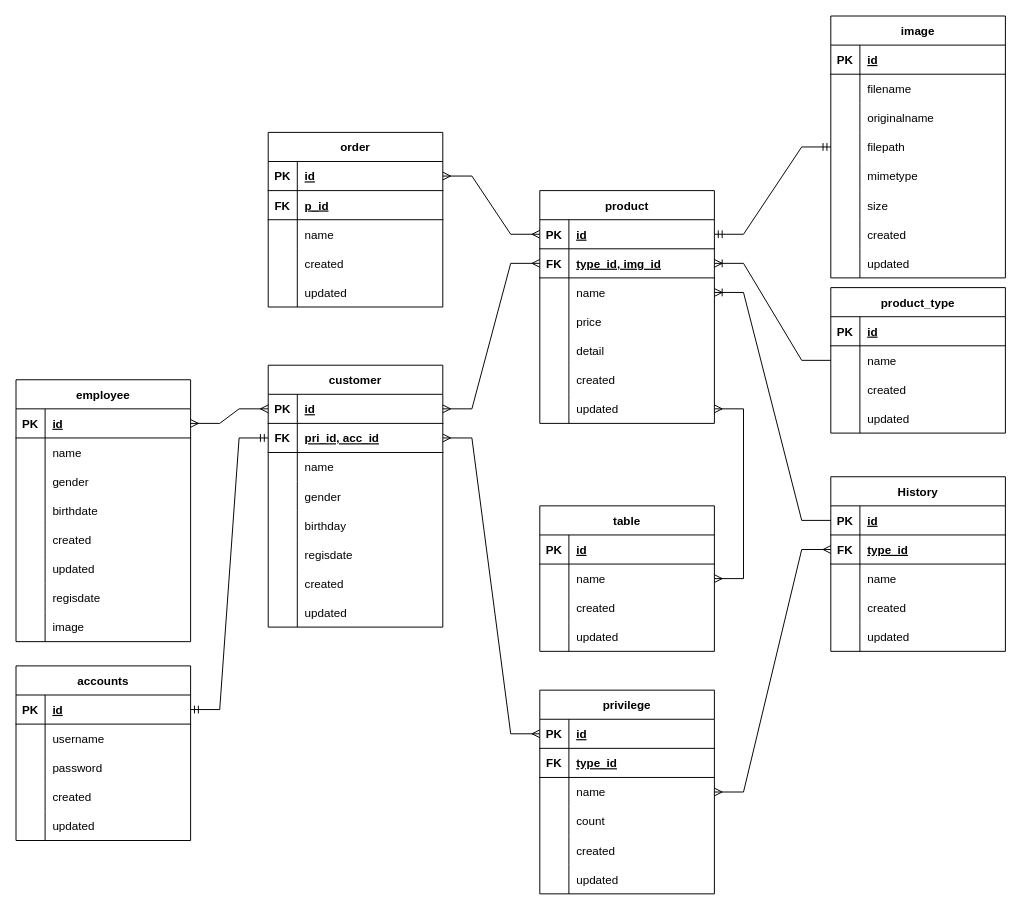
The draw.io diagram src/Database-design.drawio in bomtawep/bom-order-nodejs, before the edit. Source tidied: cells renumbered, new cells numbered last; positions are measured from the earlier drawing's top-left corner, leaving out a move shared by most shapes. Both pictures are drawn from the tidied source at 97%, with x=0, y=0 at pixel (16, 16).
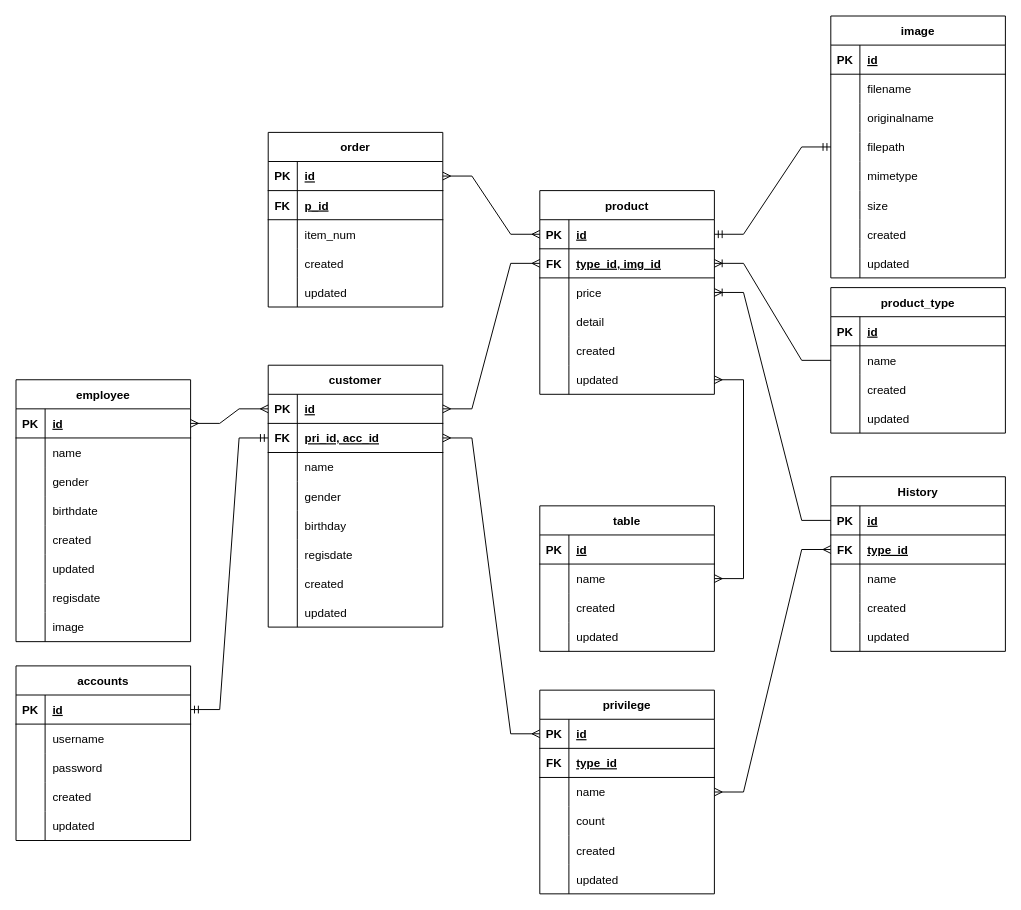
After the change.

The change refers to these unchanged cells:
```xml
<mxCell id="66" style="shape=tableRow;horizontal=0;startSize=0;swimlaneHead=0;swimlaneBody=0;fillColor=none;points=[[0,0.5],[1,0.5]];portConstraint=eastwest;top=0;left=0;right=0;bottom=1;" parent="65" vertex="1">
  <mxGeometry y="30" width="180" height="30" as="geometry" />
</mxCell>
<mxCell id="147" style="shape=tableRow;horizontal=0;startSize=0;swimlaneHead=0;swimlaneBody=0;fillColor=none;top=0;left=0;right=0;bottom=0;" parent="140" vertex="1">
  <mxGeometry y="90" width="180" height="30" as="geometry" />
</mxCell>
```

Diff of the diagram source:
```diff
@@
     <mxCell id="94" value="product" style="shape=table;startSize=30;childLayout=tableLayout;rowLines=0;fontStyle=1;align=center;" parent="1" vertex="1">
-      <mxGeometry x="540" y="180" width="180" height="240" as="geometry" />
+      <mxGeometry x="540" y="180" width="180" height="210" as="geometry" />
     </mxCell>
@@
-    <mxCell id="101" style="shape=tableRow;horizontal=0;startSize=0;swimlaneHead=0;swimlaneBody=0;fillColor=none;points=[[0,0.5],[1,0.5]];portConstraint=eastwest;top=0;left=0;right=0;bottom=0;" parent="94" vertex="1">
-      <mxGeometry y="90" width="180" height="30" as="geometry" />
-    </mxCell>
-    <mxCell id="102" style="shape=partialRectangle;fillColor=none;top=0;left=0;bottom=0;right=0;overflow=hidden;" parent="101" vertex="1">
-      <mxGeometry width="30" height="30" as="geometry" />
-    </mxCell>
-    <mxCell id="103" value="name" style="shape=partialRectangle;fillColor=none;top=0;left=0;bottom=0;right=0;align=left;spacingLeft=6;overflow=hidden;" parent="101" vertex="1">
-      <mxGeometry x="30" width="150" height="30" as="geometry" />
-    </mxCell>
     <mxCell id="104" style="shape=tableRow;horizontal=0;startSize=0;swimlaneHead=0;swimlaneBody=0;fillColor=none;points=[[0,0.5],[1,0.5]];portConstraint=eastwest;top=0;left=0;right=0;bottom=0;" parent="94" vertex="1">
-      <mxGeometry y="120" width="180" height="30" as="geometry" />
+      <mxGeometry y="90" width="180" height="30" as="geometry" />
     </mxCell>
@@
     <mxCell id="107" style="shape=tableRow;horizontal=0;startSize=0;swimlaneHead=0;swimlaneBody=0;fillColor=none;top=0;left=0;right=0;bottom=0;" parent="94" vertex="1">
-      <mxGeometry y="150" width="180" height="30" as="geometry" />
+      <mxGeometry y="120" width="180" height="30" as="geometry" />
     </mxCell>
@@
     <mxCell id="110" style="shape=tableRow;horizontal=0;startSize=0;swimlaneHead=0;swimlaneBody=0;fillColor=none;top=0;left=0;right=0;bottom=0;" parent="94" vertex="1">
-      <mxGeometry y="180" width="180" height="30" as="geometry" />
+      <mxGeometry y="150" width="180" height="30" as="geometry" />
     </mxCell>
@@
     <mxCell id="113" style="shape=tableRow;horizontal=0;startSize=0;swimlaneHead=0;swimlaneBody=0;fillColor=none;points=[[0,0.5],[1,0.5]];portConstraint=eastwest;top=0;left=0;right=0;bottom=0;" parent="94" vertex="1">
-      <mxGeometry y="210" width="180" height="30" as="geometry" />
+      <mxGeometry y="180" width="180" height="30" as="geometry" />
     </mxCell>
@@
-    <mxCell id="117" style="edgeStyle=entityRelationEdgeStyle;fontSize=12;html=1;endArrow=ERoneToMany;rounded=0;" parent="1" edge="1" source="66" target="101">
+    <mxCell id="117" style="edgeStyle=entityRelationEdgeStyle;fontSize=12;html=1;endArrow=ERoneToMany;rounded=0;entryX=1;entryY=0.5;entryDx=0;entryDy=0;" parent="1" edge="1" source="66" target="104">
       <mxGeometry relative="1" as="geometry" />
     </mxCell>
@@
-    <mxCell id="149" value="name" style="shape=partialRectangle;fillColor=none;top=0;left=0;bottom=0;right=0;align=left;spacingLeft=6;overflow=hidden;" parent="147" vertex="1">
+    <mxCell id="149" value="item_num" style="shape=partialRectangle;fillColor=none;top=0;left=0;bottom=0;right=0;align=left;spacingLeft=6;overflow=hidden;" parent="147" vertex="1">
       <mxGeometry x="30" width="150" height="30" as="geometry" />
     </mxCell>
```
